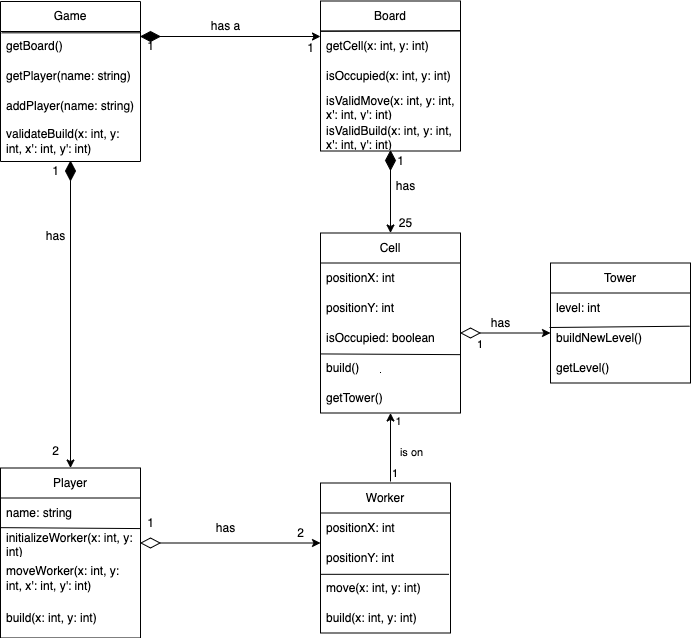
Earlier version of the draw.io export Object diagram.drawio.png (RozayC/test). Source tidied: cells renumbered, new cells last; positions are measured from the earlier drawing's top-left corner, leaving out a move shared by most shapes.
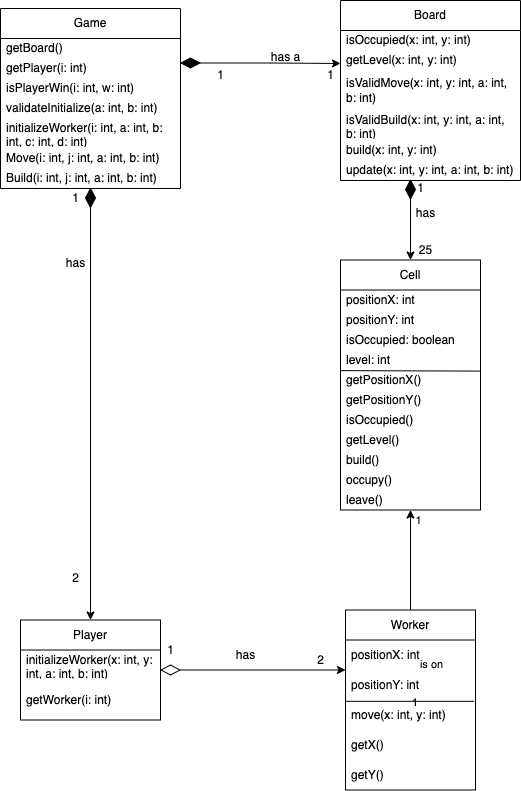
Later version of the same file.

The edit, as a diff of the source:
```diff
@@ -11,3 +11,3 @@
     <mxCell id="3" value="has a" style="text;html=1;align=center;verticalAlign=middle;fillColor=none;strokeColor=none;rounded=0;" parent="1" vertex="1">
-      <mxGeometry x="200" y="10" width="50" height="30" as="geometry" />
+      <mxGeometry x="240" y="14" width="50" height="30" as="geometry" />
     </mxCell>
@@ -17,3 +17,3 @@
     <mxCell id="5" value="has" style="text;html=1;align=center;verticalAlign=middle;fillColor=none;strokeColor=none;rounded=0;" parent="1" vertex="1">
-      <mxGeometry x="205" y="511.5" width="40" height="30" as="geometry" />
+      <mxGeometry x="205" y="611.5" width="40" height="30" as="geometry" />
     </mxCell>
@@ -26,9 +26,9 @@
     <mxCell id="8" value="2" style="text;html=1;align=center;verticalAlign=middle;fillColor=none;strokeColor=none;rounded=0;" parent="1" vertex="1">
-      <mxGeometry x="45" y="440" width="20" height="20" as="geometry" />
+      <mxGeometry x="45" y="540" width="20" height="20" as="geometry" />
     </mxCell>
     <mxCell id="9" value="1" style="text;html=1;align=center;verticalAlign=middle;fillColor=none;strokeColor=none;rounded=0;" parent="1" vertex="1">
-      <mxGeometry x="140" y="512" width="20" height="20" as="geometry" />
+      <mxGeometry x="140" y="612" width="20" height="20" as="geometry" />
     </mxCell>
     <mxCell id="10" value="2" style="text;html=1;align=center;verticalAlign=middle;fillColor=none;strokeColor=none;rounded=0;" parent="1" vertex="1">
-      <mxGeometry x="290" y="521.5" width="20" height="20" as="geometry" />
+      <mxGeometry x="290" y="621.5" width="20" height="20" as="geometry" />
     </mxCell>
@@ -41,3 +41,3 @@
     <mxCell id="13" value="1" style="text;html=1;align=center;verticalAlign=middle;fillColor=none;strokeColor=none;rounded=0;" parent="1" vertex="1">
-      <mxGeometry x="140" y="35" width="20" height="20" as="geometry" />
+      <mxGeometry x="190" y="37" width="20" height="20" as="geometry" />
     </mxCell>
@@ -46,6 +46,4 @@
     </mxCell>
-    <mxCell id="15" style="endArrow=classic;html=1;rounded=0;" parent="1" edge="1" target="55">
-      <mxGeometry relative="1" as="geometry">
-        <mxPoint x="390" y="480" as="sourcePoint" />
-      </mxGeometry>
+    <mxCell id="15" style="endArrow=classic;html=1;rounded=0;exitX=0.5;exitY=0;exitDx=0;exitDy=0;" parent="1" edge="1" source="43" target="55">
+      <mxGeometry relative="1" as="geometry" />
     </mxCell>
@@ -53,3 +51,3 @@
       <mxGeometry relative="1" as="geometry">
-        <mxPoint x="20" y="4" as="offset" />
+        <mxPoint x="20" y="104" as="offset" />
       </mxGeometry>
@@ -57,3 +55,5 @@
     <mxCell id="17" value="1" style="edgeLabel;html=1;align=left;verticalAlign=bottom;" parent="15" vertex="1">
-      <mxGeometry x="-1" relative="1" as="geometry" />
+      <mxGeometry x="-1" relative="1" as="geometry">
+        <mxPoint y="100" as="offset" />
+      </mxGeometry>
     </mxCell>
@@ -68,3 +68,3 @@
     <mxCell id="20" style="rhombus;whiteSpace=wrap;html=1;fillColor=#000000;" parent="1" vertex="1">
-      <mxGeometry x="385" y="149.5" width="10" height="19" as="geometry" />
+      <mxGeometry x="385" y="151.5" width="10" height="19" as="geometry" />
     </mxCell>
@@ -73,4 +73,4 @@
         <Array as="points">
-          <mxPoint x="370" y="541.5" />
-          <mxPoint x="370" y="541.5" />
+          <mxPoint x="370" y="641.5" />
+          <mxPoint x="370" y="641.5" />
         </Array>
@@ -79,3 +79,3 @@
     <mxCell id="22" style="rhombus;whiteSpace=wrap;html=1;fillColor=#ffffff;rotation=90;" parent="1" vertex="1">
-      <mxGeometry x="145" y="532" width="10" height="19" as="geometry" />
+      <mxGeometry x="145" y="632" width="10" height="19" as="geometry" />
     </mxCell>
@@ -93,56 +93,39 @@
     <mxCell id="26" style="rhombus;whiteSpace=wrap;html=1;fillColor=#000000;rotation=90;" parent="1" vertex="1">
-      <mxGeometry x="145" y="25.5" width="10" height="19" as="geometry" />
+      <mxGeometry x="165" y="25" width="10" height="19" as="geometry" />
     </mxCell>
-    <mxCell id="27" style="edgeStyle=orthogonalEdgeStyle;rounded=0;jettySize=auto;html=1;entryX=0;entryY=0.5;entryDx=0;entryDy=0;" parent="1" edge="1" source="28">
-      <mxGeometry relative="1" as="geometry">
-        <mxPoint x="550" y="331.5" as="targetPoint" />
-      </mxGeometry>
-    </mxCell>
-    <mxCell id="28" style="rhombus;whiteSpace=wrap;html=1;fillColor=#ffffff;rotation=90;" parent="1" vertex="1">
-      <mxGeometry x="465" y="322" width="10" height="19" as="geometry" />
-    </mxCell>
-    <mxCell id="29" value="has" style="text;html=1;align=center;verticalAlign=middle;fillColor=none;strokeColor=none;rounded=0;" parent="1" vertex="1">
-      <mxGeometry x="480" y="306.5" width="40" height="30" as="geometry" />
-    </mxCell>
-    <mxCell id="30" value="1" style="edgeLabel;html=1;align=left;verticalAlign=bottom;" parent="1" vertex="1">
-      <mxGeometry x="475" y="351.5" as="geometry" />
-    </mxCell>
     <mxCell id="31" value="Game" style="swimlane;fontStyle=0;horizontal=1;startSize=30;whiteSpace=wrap;html=1;" parent="1" vertex="1">
-      <mxGeometry width="140" height="160" as="geometry" />
+      <mxGeometry x="-20" y="-20" width="180" height="180" as="geometry" />
     </mxCell>
     <mxCell id="32" value="getBoard()" style="text;strokeColor=none;fillColor=none;align=left;verticalAlign=middle;spacingLeft=4;spacingRight=4;overflow=hidden;points=[[0,0.5],[1,0.5]];portConstraint=eastwest;whiteSpace=wrap;html=1;" parent="31" vertex="1">
-      <mxGeometry y="30" width="140" height="30" as="geometry" />
+      <mxGeometry y="30" width="180" height="20" as="geometry" />
     </mxCell>
-    <mxCell id="33" value="getPlayer(name: string)" style="text;strokeColor=none;fillColor=none;align=left;verticalAlign=middle;spacingLeft=4;spacingRight=4;overflow=hidden;whiteSpace=wrap;html=1;" parent="31" vertex="1">
-      <mxGeometry y="60" width="140" height="30" as="geometry" />
+    <mxCell id="33" value="getPlayer(i: int)" style="text;strokeColor=none;fillColor=none;align=left;verticalAlign=middle;spacingLeft=4;spacingRight=4;overflow=hidden;whiteSpace=wrap;html=1;" parent="31" vertex="1">
+      <mxGeometry y="50" width="180" height="20" as="geometry" />
     </mxCell>
-    <mxCell id="34" value="addPlayer(name: string)&lt;br&gt;" style="text;strokeColor=none;fillColor=none;align=left;verticalAlign=middle;spacingLeft=4;spacingRight=4;overflow=hidden;whiteSpace=wrap;html=1;" parent="31" vertex="1">
-      <mxGeometry y="90" width="140" height="30" as="geometry" />
-    </mxCell>
+    <mxCell id="67" value="isPlayerWin(i: int, w: int)" style="text;strokeColor=none;fillColor=none;align=left;verticalAlign=middle;spacingLeft=4;spacingRight=4;overflow=hidden;whiteSpace=wrap;html=1;" parent="31" vertex="1">
+      <mxGeometry y="70" width="180" height="20" as="geometry" />
+    </mxCell>
+    <mxCell id="68" value="validateInitialize(a: int, b: int)" style="text;strokeColor=none;fillColor=none;align=left;verticalAlign=middle;spacingLeft=4;spacingRight=4;overflow=hidden;whiteSpace=wrap;html=1;" parent="31" vertex="1">
+      <mxGeometry y="90" width="180" height="20" as="geometry" />
+    </mxCell>
+    <mxCell id="69" value="initializeWorker(i: int, a: int, b: int, c: int, d: int)" style="text;strokeColor=none;fillColor=none;align=left;verticalAlign=middle;spacingLeft=4;spacingRight=4;overflow=hidden;whiteSpace=wrap;html=1;" parent="31" vertex="1">
+      <mxGeometry y="110" width="180" height="30" as="geometry" />
+    </mxCell>
+    <mxCell id="70" value="Move(i: int, j: int, a: int, b: int)" style="text;strokeColor=none;fillColor=none;align=left;verticalAlign=middle;spacingLeft=4;spacingRight=4;overflow=hidden;whiteSpace=wrap;html=1;" parent="31" vertex="1">
+      <mxGeometry y="140" width="180" height="20" as="geometry" />
+    </mxCell>
-    <mxCell id="35" value="validateBuild(x: int, y: int, x': int, y': int)" style="text;strokeColor=none;fillColor=none;align=left;verticalAlign=middle;spacingLeft=4;spacingRight=4;overflow=hidden;whiteSpace=wrap;html=1;" parent="31" vertex="1">
-      <mxGeometry y="120" width="140" height="40" as="geometry" />
+    <mxCell id="35" value="Build(i: int, j: int, a: int, b: int)" style="text;strokeColor=none;fillColor=none;align=left;verticalAlign=middle;spacingLeft=4;spacingRight=4;overflow=hidden;whiteSpace=wrap;html=1;" parent="31" vertex="1">
+      <mxGeometry y="160" width="180" height="20" as="geometry" />
     </mxCell>
-    <mxCell id="36" style="endArrow=none;html=1;rounded=0;fontSize=12;exitX=0.009;exitY=0.044;exitDx=0;exitDy=0;exitPerimeter=0;entryX=0.996;entryY=0.044;entryDx=0;entryDy=0;entryPerimeter=0;" parent="31" edge="1" source="32" target="32">
-      <mxGeometry relative="1" as="geometry" />
-    </mxCell>
     <mxCell id="37" value="Player" style="swimlane;fontStyle=0;horizontal=1;startSize=30;whiteSpace=wrap;html=1;fontSize=12;" parent="1" vertex="1">
-      <mxGeometry y="466.5" width="140" height="170" as="geometry" />
+      <mxGeometry y="591.5" width="140" height="100" as="geometry" />
     </mxCell>
-    <mxCell id="38" value="name: string" style="text;strokeColor=none;fillColor=none;align=left;verticalAlign=middle;spacingLeft=4;spacingRight=4;overflow=hidden;points=[[0,0.5],[1,0.5]];portConstraint=eastwest;whiteSpace=wrap;html=1;fontSize=12;" parent="37" vertex="1">
-      <mxGeometry y="30" width="140" height="30" as="geometry" />
-    </mxCell>
-    <mxCell id="39" value="initializeWorker(x: int, y: int)" style="text;strokeColor=none;fillColor=none;align=left;verticalAlign=middle;spacingLeft=4;spacingRight=4;overflow=hidden;points=[[0,0.5],[1,0.5]];portConstraint=eastwest;whiteSpace=wrap;html=1;fontSize=12;" parent="37" vertex="1">
-      <mxGeometry y="60" width="140" height="30" as="geometry" />
+    <mxCell id="39" value="initializeWorker(x: int, y: int, a: int, b: int)" style="text;strokeColor=none;fillColor=none;align=left;verticalAlign=middle;spacingLeft=4;spacingRight=4;overflow=hidden;points=[[0,0.5],[1,0.5]];portConstraint=eastwest;whiteSpace=wrap;html=1;fontSize=12;" parent="37" vertex="1">
+      <mxGeometry y="30" width="140" height="30" as="geometry" />
     </mxCell>
-    <mxCell id="40" value="moveWorker(x: int, y: int, x': int, y': int)" style="text;strokeColor=none;fillColor=none;align=left;verticalAlign=middle;spacingLeft=4;spacingRight=4;overflow=hidden;whiteSpace=wrap;html=1;fontSize=12;" parent="37" vertex="1">
-      <mxGeometry y="90" width="140" height="40" as="geometry" />
+    <mxCell id="40" value="getWorker(i: int)" style="text;strokeColor=none;fillColor=none;align=left;verticalAlign=middle;spacingLeft=4;spacingRight=4;overflow=hidden;whiteSpace=wrap;html=1;fontSize=12;" parent="37" vertex="1">
+      <mxGeometry y="60" width="140" height="40" as="geometry" />
     </mxCell>
-    <mxCell id="41" value="build(x: int, y: int)" style="text;strokeColor=none;fillColor=none;align=left;verticalAlign=middle;spacingLeft=4;spacingRight=4;overflow=hidden;whiteSpace=wrap;html=1;fontSize=12;" parent="37" vertex="1">
-      <mxGeometry y="130" width="140" height="40" as="geometry" />
-    </mxCell>
-    <mxCell id="42" style="endArrow=none;html=1;rounded=0;fontSize=12;exitX=-0.003;exitY=-0.012;exitDx=0;exitDy=0;exitPerimeter=0;entryX=0.997;entryY=1.019;entryDx=0;entryDy=0;entryPerimeter=0;" parent="37" edge="1" source="39" target="38">
-      <mxGeometry relative="1" as="geometry" />
-    </mxCell>
     <mxCell id="43" value="Worker" style="swimlane;fontStyle=0;horizontal=1;startSize=30;whiteSpace=wrap;html=1;fontSize=12;" parent="1" vertex="1">
-      <mxGeometry x="320" y="481.5" width="130" height="150" as="geometry" />
+      <mxGeometry x="325" y="581.5" width="130" height="180" as="geometry" />
     </mxCell>
@@ -157,4 +140,7 @@
     </mxCell>
+    <mxCell id="71" value="getX()" style="text;strokeColor=none;fillColor=none;align=left;verticalAlign=middle;spacingLeft=4;spacingRight=4;overflow=hidden;whiteSpace=wrap;html=1;fontSize=12;" parent="43" vertex="1">
+      <mxGeometry y="120" width="130" height="30" as="geometry" />
+    </mxCell>
-    <mxCell id="47" value="build(x: int, y: int)" style="text;strokeColor=none;fillColor=none;align=left;verticalAlign=middle;spacingLeft=4;spacingRight=4;overflow=hidden;whiteSpace=wrap;html=1;fontSize=12;" parent="43" vertex="1">
-      <mxGeometry y="120" width="130" height="30" as="geometry" />
+    <mxCell id="47" value="getY()" style="text;strokeColor=none;fillColor=none;align=left;verticalAlign=middle;spacingLeft=4;spacingRight=4;overflow=hidden;whiteSpace=wrap;html=1;fontSize=12;" parent="43" vertex="1">
+      <mxGeometry y="150" width="130" height="30" as="geometry" />
     </mxCell>
@@ -164,37 +150,58 @@
     <mxCell id="49" value="Board" style="swimlane;fontStyle=0;horizontal=1;startSize=30;whiteSpace=wrap;html=1;fontSize=12;" parent="1" vertex="1">
-      <mxGeometry x="320" y="-0.5" width="140" height="150" as="geometry" />
+      <mxGeometry x="320" y="-28" width="180" height="180" as="geometry" />
     </mxCell>
+    <mxCell id="51" value="isOccupied(x: int, y: int)" style="text;strokeColor=none;fillColor=none;align=left;verticalAlign=middle;spacingLeft=4;spacingRight=4;overflow=hidden;whiteSpace=wrap;html=1;fontSize=12;" parent="49" vertex="1">
+      <mxGeometry y="30" width="180" height="20" as="geometry" />
+    </mxCell>
-    <mxCell id="50" value="getCell(x: int, y: int)" style="text;strokeColor=none;fillColor=none;align=left;verticalAlign=middle;spacingLeft=4;spacingRight=4;overflow=hidden;points=[[0,0.5],[1,0.5]];portConstraint=eastwest;whiteSpace=wrap;html=1;fontSize=12;" parent="49" vertex="1">
-      <mxGeometry y="30" width="140" height="30" as="geometry" />
+    <mxCell id="50" value="getLevel(x: int, y: int)" style="text;strokeColor=none;fillColor=none;align=left;verticalAlign=middle;spacingLeft=4;spacingRight=4;overflow=hidden;points=[[0,0.5],[1,0.5]];portConstraint=eastwest;whiteSpace=wrap;html=1;fontSize=12;" parent="49" vertex="1">
+      <mxGeometry y="50" width="180" height="20" as="geometry" />
     </mxCell>
-    <mxCell id="51" value="isOccupied(x: int, y: int)" style="text;strokeColor=none;fillColor=none;align=left;verticalAlign=middle;spacingLeft=4;spacingRight=4;overflow=hidden;whiteSpace=wrap;html=1;fontSize=12;" parent="49" vertex="1">
-      <mxGeometry y="60" width="140" height="30" as="geometry" />
-    </mxCell>
-    <mxCell id="52" value="isValidMove(x: int, y: int, x': int, y': int)" style="text;strokeColor=none;fillColor=none;align=left;verticalAlign=middle;spacingLeft=4;spacingRight=4;overflow=hidden;whiteSpace=wrap;html=1;fontSize=12;" parent="49" vertex="1">
-      <mxGeometry y="90" width="140" height="30" as="geometry" />
+    <mxCell id="52" value="isValidMove(x: int, y: int, a: int, b: int)" style="text;strokeColor=none;fillColor=none;align=left;verticalAlign=middle;spacingLeft=4;spacingRight=4;overflow=hidden;whiteSpace=wrap;html=1;fontSize=12;" parent="49" vertex="1">
+      <mxGeometry y="70" width="180" height="40" as="geometry" />
     </mxCell>
-    <mxCell id="53" value="isValidBuild(x: int, y: int, x': int, y': int)" style="text;strokeColor=none;fillColor=none;align=left;verticalAlign=middle;spacingLeft=4;spacingRight=4;overflow=hidden;whiteSpace=wrap;html=1;fontSize=12;" parent="49" vertex="1">
-      <mxGeometry y="120" width="140" height="30" as="geometry" />
+    <mxCell id="53" value="isValidBuild(x: int, y: int, a: int, b: int)" style="text;strokeColor=none;fillColor=none;align=left;verticalAlign=middle;spacingLeft=4;spacingRight=4;overflow=hidden;whiteSpace=wrap;html=1;fontSize=12;" parent="49" vertex="1">
+      <mxGeometry y="110" width="180" height="30" as="geometry" />
     </mxCell>
-    <mxCell id="54" style="endArrow=none;html=1;rounded=0;fontSize=12;entryX=0.997;entryY=-0.014;entryDx=0;entryDy=0;entryPerimeter=0;exitX=-0.003;exitY=0.01;exitDx=0;exitDy=0;exitPerimeter=0;" parent="49" edge="1" source="50" target="50">
-      <mxGeometry relative="1" as="geometry" />
-    </mxCell>
+    <mxCell id="41" value="build(x: int, y: int)" style="text;strokeColor=none;fillColor=none;align=left;verticalAlign=middle;spacingLeft=4;spacingRight=4;overflow=hidden;whiteSpace=wrap;html=1;fontSize=12;" parent="49" vertex="1">
+      <mxGeometry y="140" width="180" height="20" as="geometry" />
+    </mxCell>
+    <mxCell id="72" value="update(x: int, y: int, a: int, b: int)" style="text;strokeColor=none;fillColor=none;align=left;verticalAlign=middle;spacingLeft=4;spacingRight=4;overflow=hidden;whiteSpace=wrap;html=1;fontSize=12;" parent="49" vertex="1">
+      <mxGeometry y="160" width="180" height="20" as="geometry" />
+    </mxCell>
     <mxCell id="55" value="Cell" style="swimlane;fontStyle=0;horizontal=1;startSize=30;whiteSpace=wrap;html=1;fontSize=12;" parent="1" vertex="1">
-      <mxGeometry x="320" y="231.5" width="140" height="180" as="geometry" />
+      <mxGeometry x="320" y="231.5" width="140" height="250" as="geometry" />
     </mxCell>
     <mxCell id="56" value="positionX: int" style="text;strokeColor=none;fillColor=none;align=left;verticalAlign=middle;spacingLeft=4;spacingRight=4;overflow=hidden;whiteSpace=wrap;html=1;fontSize=12;" parent="55" vertex="1">
-      <mxGeometry y="30" width="140" height="30" as="geometry" />
+      <mxGeometry y="30" width="140" height="20" as="geometry" />
     </mxCell>
     <mxCell id="57" value="positionY: int" style="text;strokeColor=none;fillColor=none;align=left;verticalAlign=middle;spacingLeft=4;spacingRight=4;overflow=hidden;whiteSpace=wrap;html=1;fontSize=12;" parent="55" vertex="1">
-      <mxGeometry y="60" width="140" height="30" as="geometry" />
+      <mxGeometry y="50" width="140" height="20" as="geometry" />
     </mxCell>
     <mxCell id="58" value="isOccupied: boolean" style="text;strokeColor=none;fillColor=none;align=left;verticalAlign=middle;spacingLeft=4;spacingRight=4;overflow=hidden;whiteSpace=wrap;html=1;fontSize=12;" parent="55" vertex="1">
-      <mxGeometry y="90" width="140" height="30" as="geometry" />
+      <mxGeometry y="70" width="140" height="20" as="geometry" />
     </mxCell>
+    <mxCell id="63" value="level: int" style="text;strokeColor=none;fillColor=none;align=left;verticalAlign=middle;spacingLeft=4;spacingRight=4;overflow=hidden;points=[[0,0.5],[1,0.5]];portConstraint=eastwest;whiteSpace=wrap;html=1;fontSize=12;" parent="55" vertex="1">
+      <mxGeometry y="90" width="140" height="20" as="geometry" />
+    </mxCell>
-    <mxCell id="59" value="build()" style="text;strokeColor=none;fillColor=none;align=left;verticalAlign=middle;spacingLeft=4;spacingRight=4;overflow=hidden;points=[[0,0.5],[1,0.5]];portConstraint=eastwest;whiteSpace=wrap;html=1;fontSize=12;" parent="55" vertex="1">
-      <mxGeometry y="120" width="140" height="30" as="geometry" />
+    <mxCell id="59" value="getPositionX()" style="text;strokeColor=none;fillColor=none;align=left;verticalAlign=middle;spacingLeft=4;spacingRight=4;overflow=hidden;points=[[0,0.5],[1,0.5]];portConstraint=eastwest;whiteSpace=wrap;html=1;fontSize=12;" parent="55" vertex="1">
+      <mxGeometry y="110" width="140" height="20" as="geometry" />
     </mxCell>
+    <mxCell id="73" value="getPositionY()" style="text;strokeColor=none;fillColor=none;align=left;verticalAlign=middle;spacingLeft=4;spacingRight=4;overflow=hidden;whiteSpace=wrap;html=1;fontSize=12;" parent="55" vertex="1">
+      <mxGeometry y="130" width="140" height="20" as="geometry" />
+    </mxCell>
-    <mxCell id="60" value="getTower()" style="text;strokeColor=none;fillColor=none;align=left;verticalAlign=middle;spacingLeft=4;spacingRight=4;overflow=hidden;whiteSpace=wrap;html=1;fontSize=12;" parent="55" vertex="1">
-      <mxGeometry y="150" width="140" height="30" as="geometry" />
+    <mxCell id="60" value="isOccupied()" style="text;strokeColor=none;fillColor=none;align=left;verticalAlign=middle;spacingLeft=4;spacingRight=4;overflow=hidden;whiteSpace=wrap;html=1;fontSize=12;" parent="55" vertex="1">
+      <mxGeometry y="150" width="140" height="20" as="geometry" />
     </mxCell>
+    <mxCell id="65" value="getLevel()" style="text;strokeColor=none;fillColor=none;align=left;verticalAlign=middle;spacingLeft=4;spacingRight=4;overflow=hidden;whiteSpace=wrap;html=1;fontSize=12;" parent="55" vertex="1">
+      <mxGeometry y="170" width="140" height="20" as="geometry" />
+    </mxCell>
+    <mxCell id="74" value="build()" style="text;strokeColor=none;fillColor=none;align=left;verticalAlign=middle;spacingLeft=4;spacingRight=4;overflow=hidden;whiteSpace=wrap;html=1;fontSize=12;" parent="55" vertex="1">
+      <mxGeometry y="190" width="140" height="20" as="geometry" />
+    </mxCell>
+    <mxCell id="75" value="occupy()" style="text;strokeColor=none;fillColor=none;align=left;verticalAlign=middle;spacingLeft=4;spacingRight=4;overflow=hidden;whiteSpace=wrap;html=1;fontSize=12;" parent="55" vertex="1">
+      <mxGeometry y="210" width="140" height="20" as="geometry" />
+    </mxCell>
+    <mxCell id="76" value="leave()" style="text;strokeColor=none;fillColor=none;align=left;verticalAlign=middle;spacingLeft=4;spacingRight=4;overflow=hidden;whiteSpace=wrap;html=1;fontSize=12;" parent="55" vertex="1">
+      <mxGeometry y="230" width="140" height="20" as="geometry" />
+    </mxCell>
     <mxCell id="61" style="endArrow=none;html=1;rounded=0;fontSize=12;exitX=0.002;exitY=0.031;exitDx=0;exitDy=0;exitPerimeter=0;entryX=1.002;entryY=0.055;entryDx=0;entryDy=0;entryPerimeter=0;" parent="55" edge="1" source="59" target="59">
@@ -202,17 +209,2 @@
     </mxCell>
-    <mxCell id="62" value="Tower" style="swimlane;fontStyle=0;horizontal=1;startSize=30;whiteSpace=wrap;html=1;fontSize=12;" parent="1" vertex="1">
-      <mxGeometry x="550" y="261.5" width="140" height="120" as="geometry" />
-    </mxCell>
-    <mxCell id="63" value="level: int" style="text;strokeColor=none;fillColor=none;align=left;verticalAlign=middle;spacingLeft=4;spacingRight=4;overflow=hidden;points=[[0,0.5],[1,0.5]];portConstraint=eastwest;whiteSpace=wrap;html=1;fontSize=12;" parent="62" vertex="1">
-      <mxGeometry y="30" width="140" height="30" as="geometry" />
-    </mxCell>
-    <mxCell id="64" value="buildNewLevel()" style="text;strokeColor=none;fillColor=none;align=left;verticalAlign=middle;spacingLeft=4;spacingRight=4;overflow=hidden;points=[[0,0.5],[1,0.5]];portConstraint=eastwest;whiteSpace=wrap;html=1;fontSize=12;" parent="62" vertex="1">
-      <mxGeometry y="60" width="140" height="30" as="geometry" />
-    </mxCell>
-    <mxCell id="65" value="getLevel()" style="text;strokeColor=none;fillColor=none;align=left;verticalAlign=middle;spacingLeft=4;spacingRight=4;overflow=hidden;whiteSpace=wrap;html=1;fontSize=12;" parent="62" vertex="1">
-      <mxGeometry y="90" width="140" height="30" as="geometry" />
-    </mxCell>
-    <mxCell id="66" style="endArrow=none;html=1;rounded=0;fontSize=12;entryX=0.993;entryY=1.106;entryDx=0;entryDy=0;entryPerimeter=0;exitX=-0.007;exitY=0.15;exitDx=0;exitDy=0;exitPerimeter=0;" parent="62" edge="1" source="64" target="63">
-      <mxGeometry relative="1" as="geometry" />
-    </mxCell>
   </root>
```
